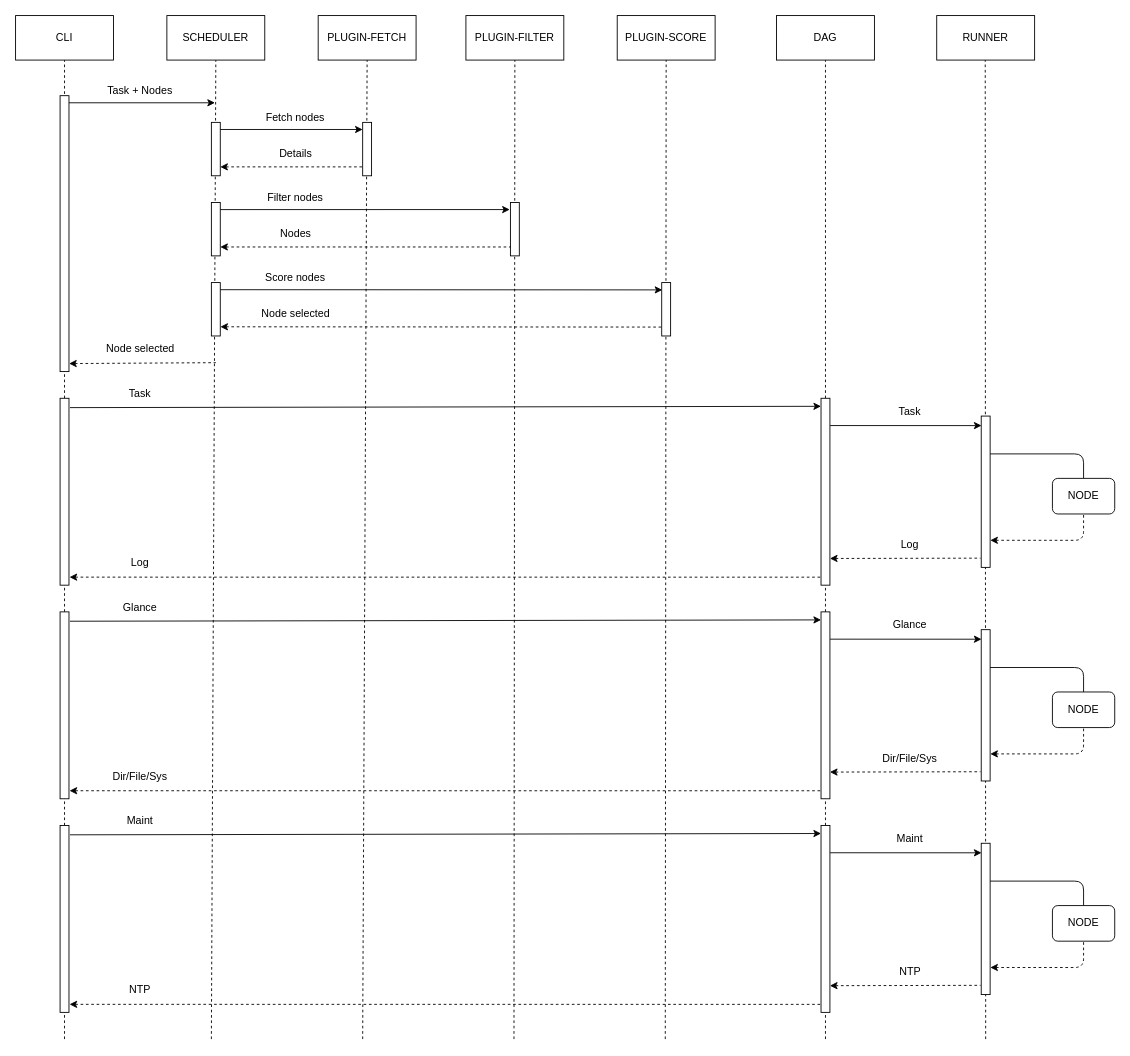
Above: flow.drawio in pipego/deploy (draw.io), before the change. Source tidied: cells renumbered, new cells numbered last; positions are measured from the earlier drawing's top-left corner, leaving out a move shared by most shapes. Both pictures are drawn from the tidied source at 89%, with x=0, y=0 at pixel (15, 15).
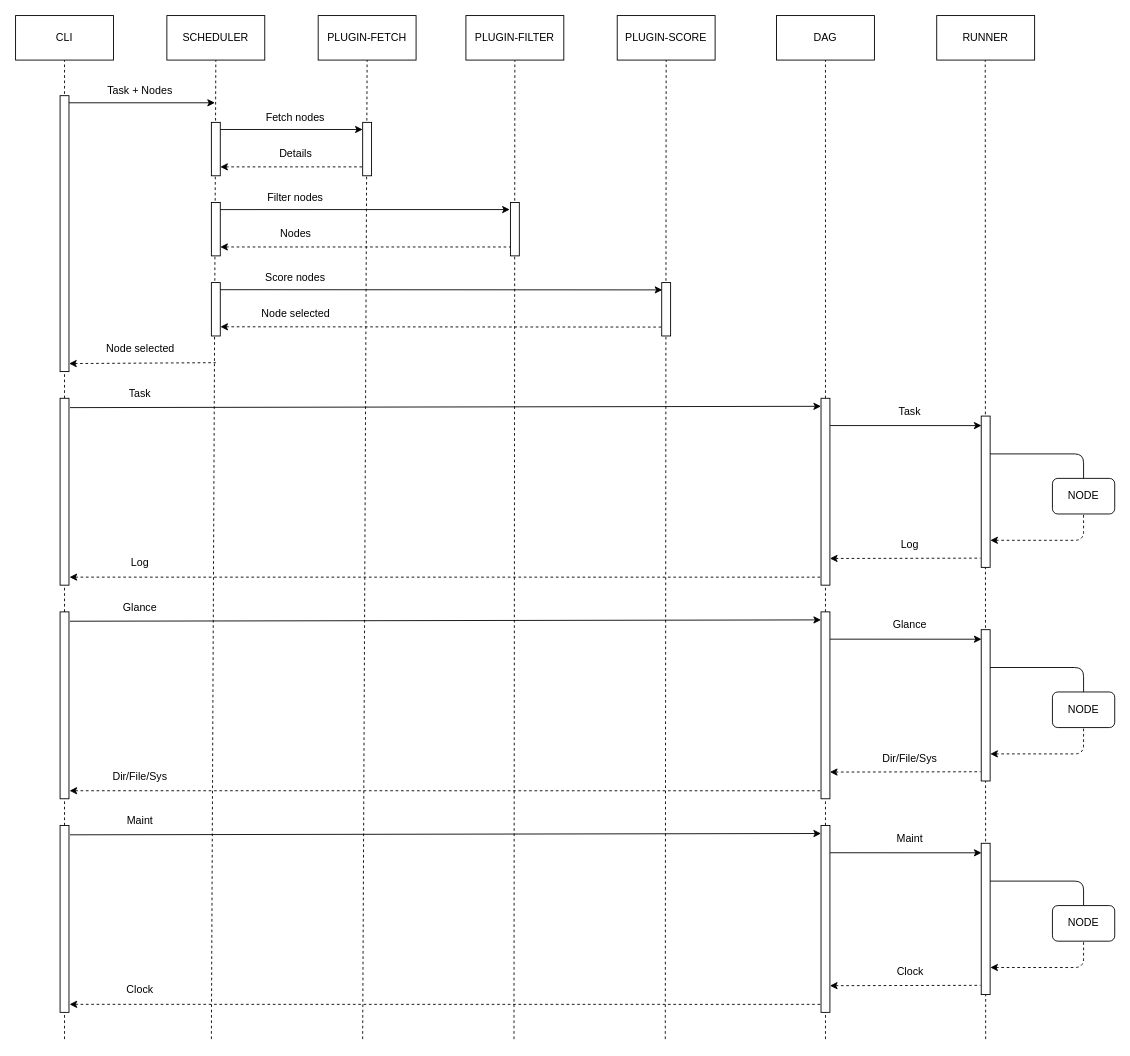
The same page after the edit.

The edit, as a diff of the source:
```diff
@@
-    <mxCell id="79" value="NTP" style="text;html=1;strokeColor=none;fillColor=none;align=center;verticalAlign=middle;whiteSpace=wrap;rounded=0;" parent="1" vertex="1">
+    <mxCell id="79" value="Clock" style="text;html=1;strokeColor=none;fillColor=none;align=center;verticalAlign=middle;whiteSpace=wrap;rounded=0;" parent="1" vertex="1">
       <mxGeometry x="105" y="1080" width="70" height="30" as="geometry" />
     </mxCell>
-    <mxCell id="80" value="NTP" style="text;html=1;strokeColor=none;fillColor=none;align=center;verticalAlign=middle;whiteSpace=wrap;rounded=0;" parent="1" vertex="1">
+    <mxCell id="80" value="Clock" style="text;html=1;strokeColor=none;fillColor=none;align=center;verticalAlign=middle;whiteSpace=wrap;rounded=0;" parent="1" vertex="1">
       <mxGeometry x="967.5" y="1060" width="75" height="30" as="geometry" />
     </mxCell>
```
